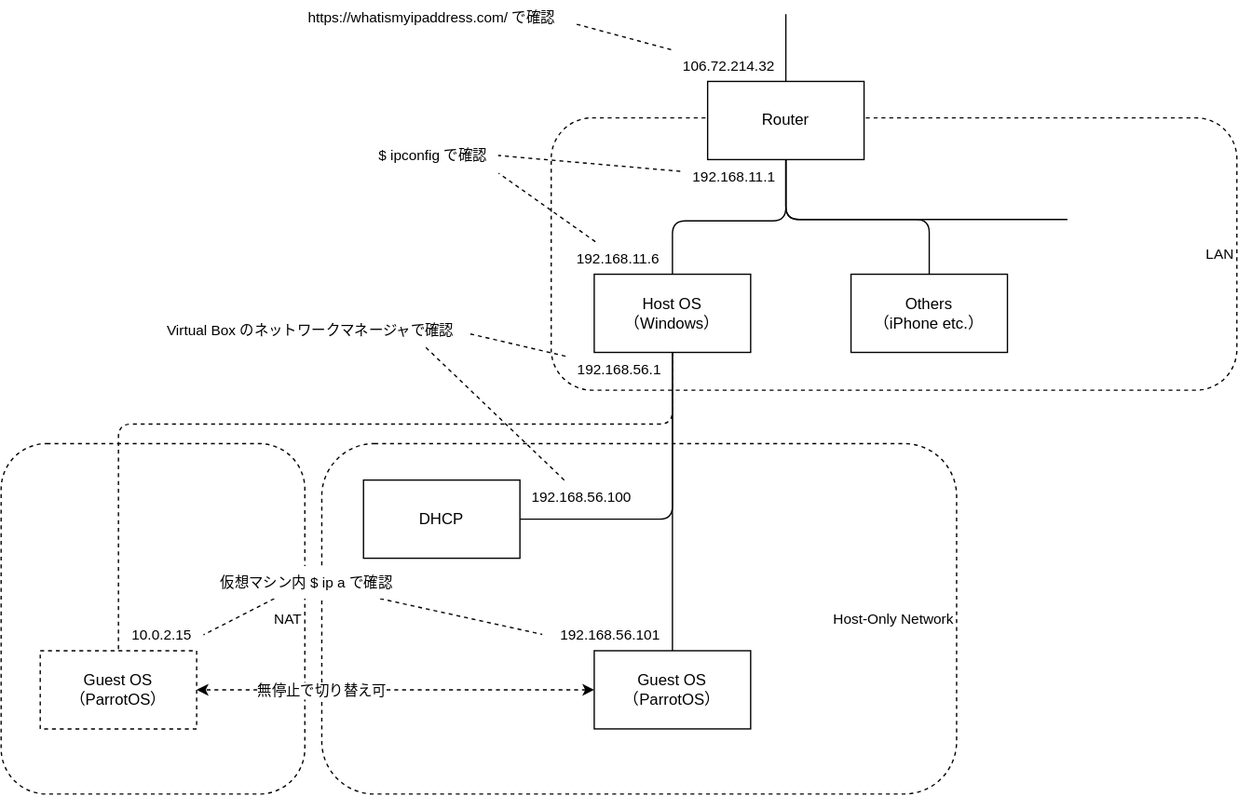
Before: diagrams/network-of-hacking-lab.drawio.svg, a diagram exported from draw.io (SOUSUKEKUROSAWA/drawio). Source tidied: cells renumbered, new cells last; positions are measured from the earlier drawing's top-left corner, leaving out a move shared by most shapes.
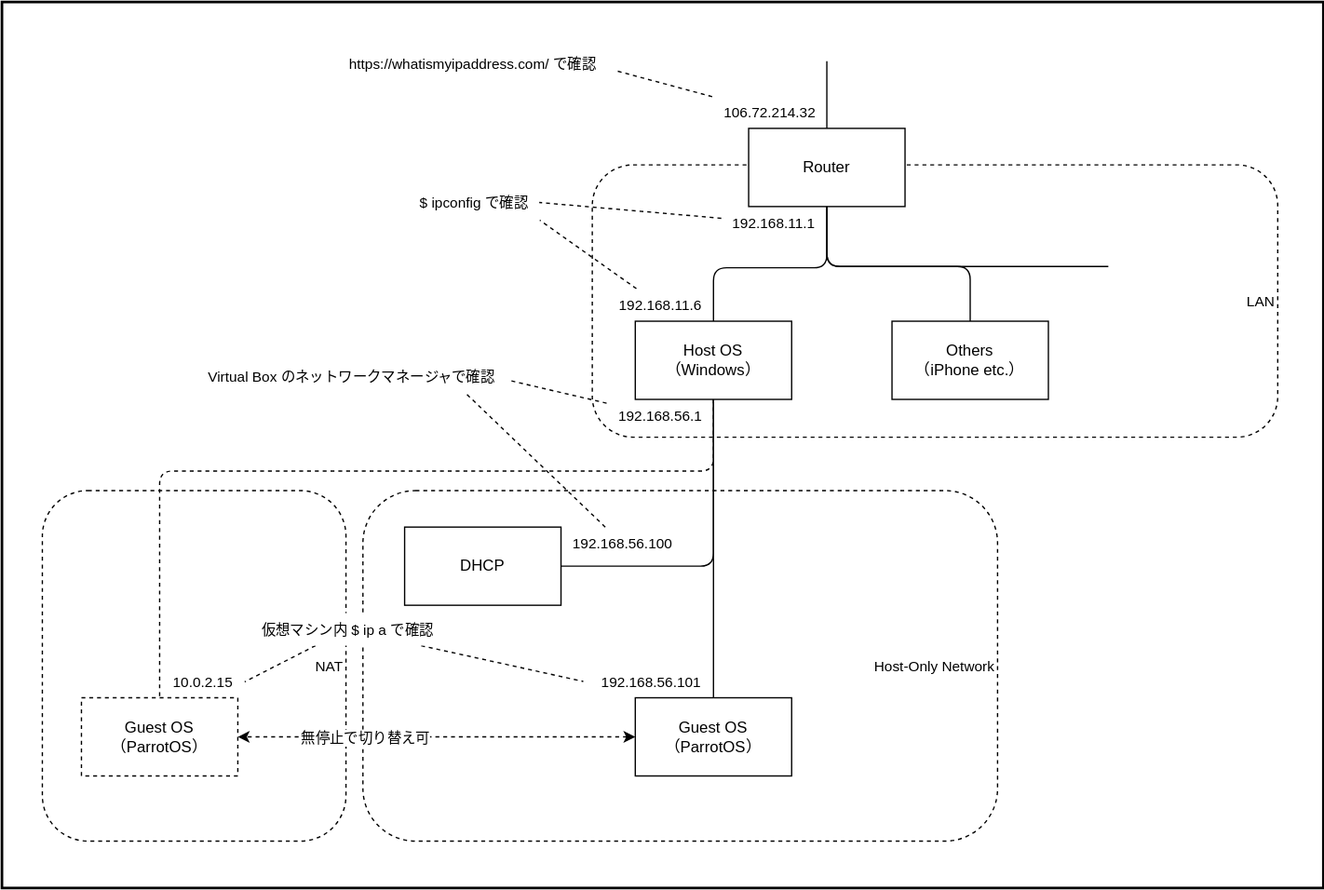
Above is the later version.

What changed in the source:
```diff
@@ -2,6 +2,9 @@
   <root>
     <mxCell id="0" />
     <mxCell id="1" parent="0" />
+    <mxCell id="38" style="rounded=0;whiteSpace=wrap;html=1;strokeWidth=2;" parent="1" vertex="1">
+      <mxGeometry x="-31" y="-35" width="1014" height="680" as="geometry" />
+    </mxCell>
     <mxCell id="2" value="NAT&amp;nbsp;" style="rounded=1;whiteSpace=wrap;html=1;fontSize=11;fontColor=#000000;fillColor=none;dashed=1;align=right;" parent="1" vertex="1">
       <mxGeometry y="340" width="233" height="269" as="geometry" />
     </mxCell>
```
